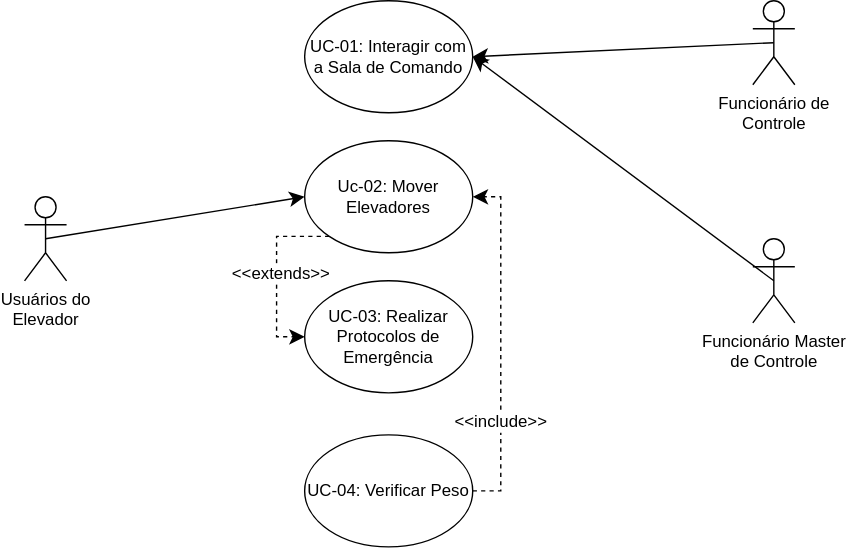
wholocked1/Projeto-2-modelagem keeps this draw.io diagram as Caso-de-uso/diagrama-caso-uso.svg. Above is the earlier version. Source tidied: cells renumbered, new cells last; positions are measured from the earlier drawing's top-left corner, leaving out a move shared by most shapes.
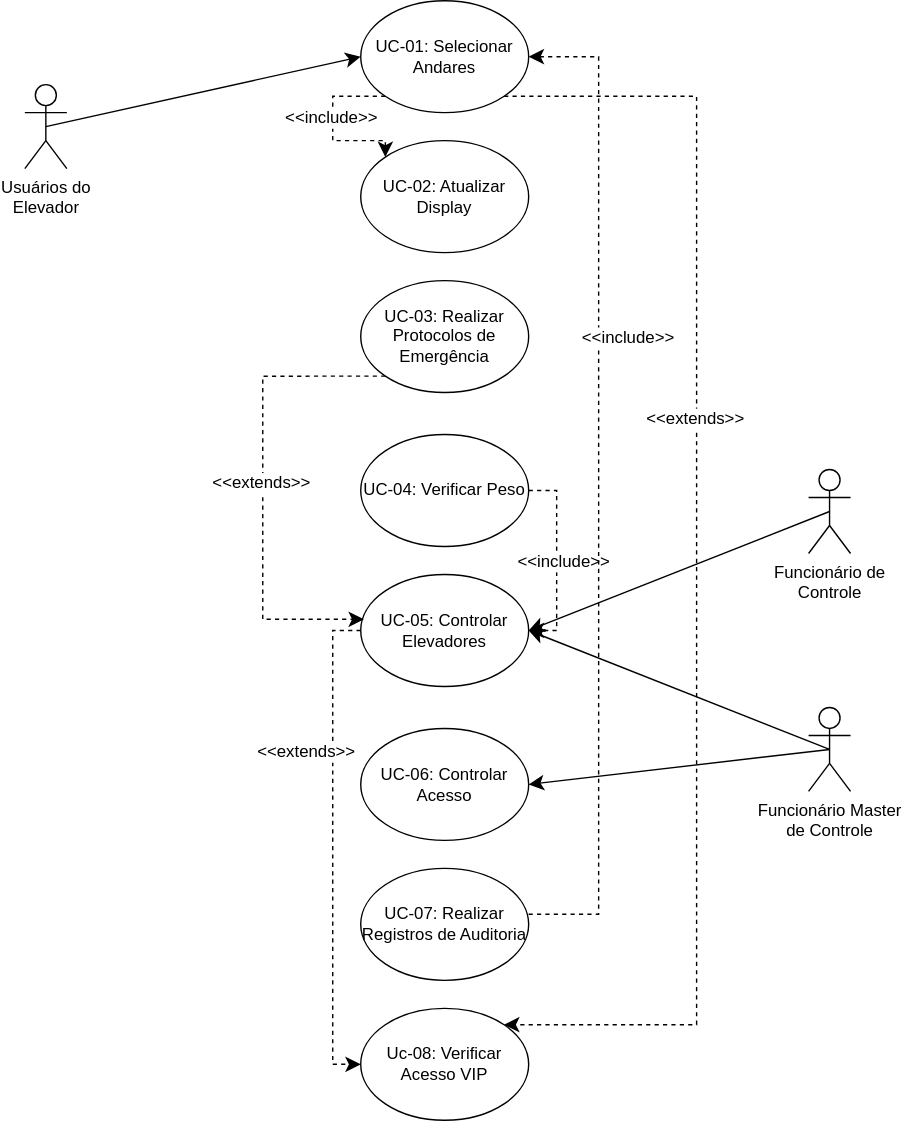
The same diagram one commit later.

What changed in the source:
```diff
@@ -2,54 +2,113 @@
   <root>
     <mxCell id="0" />
     <mxCell id="1" parent="0" />
-    <mxCell id="2" style="edgeStyle=none;curved=1;rounded=0;jettySize=auto;html=1;exitX=0.5;exitY=0.5;exitDx=0;exitDy=0;exitPerimeter=0;entryX=0;entryY=0.5;entryDx=0;entryDy=0;fontSize=12;startSize=8;endSize=8;" parent="1" edge="1" source="3" target="10">
-      <mxGeometry relative="1" as="geometry" />
-    </mxCell>
+    <mxCell id="16" style="edgeStyle=none;curved=1;rounded=0;jettySize=auto;html=1;exitX=0.5;exitY=0.5;exitDx=0;exitDy=0;exitPerimeter=0;entryX=0;entryY=0.5;entryDx=0;entryDy=0;fontSize=12;startSize=8;endSize=8;" parent="1" edge="1" source="3" target="7">
+      <mxGeometry relative="1" as="geometry" />
+    </mxCell>
     <mxCell id="3" value="Usuários do&lt;div&gt;Elevador&lt;/div&gt;" style="shape=umlActor;verticalLabelPosition=bottom;verticalAlign=top;html=1;outlineConnect=0;" parent="1" vertex="1">
-      <mxGeometry y="140" width="30" height="60" as="geometry" />
+      <mxGeometry x="-40" y="60" width="30" height="60" as="geometry" />
     </mxCell>
-    <mxCell id="4" style="edgeStyle=none;curved=1;rounded=0;jettySize=auto;html=1;exitX=0.5;exitY=0.5;exitDx=0;exitDy=0;exitPerimeter=0;entryX=1;entryY=0.5;entryDx=0;entryDy=0;fontSize=12;startSize=8;endSize=8;" parent="1" edge="1" source="5" target="7">
-      <mxGeometry relative="1" as="geometry" />
-    </mxCell>
+    <mxCell id="17" style="edgeStyle=none;curved=1;rounded=0;jettySize=auto;html=1;exitX=0.5;exitY=0.5;exitDx=0;exitDy=0;exitPerimeter=0;entryX=1;entryY=0.5;entryDx=0;entryDy=0;fontSize=12;startSize=8;endSize=8;" parent="1" edge="1" source="5" target="26">
+      <mxGeometry relative="1" as="geometry" />
+    </mxCell>
     <mxCell id="5" value="Funcionário de&lt;div&gt;Controle&lt;/div&gt;" style="shape=umlActor;verticalLabelPosition=bottom;verticalAlign=top;html=1;outlineConnect=0;" parent="1" vertex="1">
-      <mxGeometry x="520" width="30" height="60" as="geometry" />
+      <mxGeometry x="520" y="335" width="30" height="60" as="geometry" />
     </mxCell>
+    <mxCell id="18" style="edgeStyle=none;curved=1;rounded=0;jettySize=auto;html=1;exitX=0.5;exitY=0.5;exitDx=0;exitDy=0;exitPerimeter=0;entryX=1;entryY=0.5;entryDx=0;entryDy=0;fontSize=12;startSize=8;endSize=8;" parent="1" edge="1" source="6" target="27">
+      <mxGeometry relative="1" as="geometry" />
+    </mxCell>
+    <mxCell id="19" style="edgeStyle=none;curved=1;rounded=0;jettySize=auto;html=1;exitX=0.5;exitY=0.5;exitDx=0;exitDy=0;exitPerimeter=0;entryX=1;entryY=0.5;entryDx=0;entryDy=0;fontSize=12;startSize=8;endSize=8;" parent="1" edge="1" source="6" target="26">
+      <mxGeometry relative="1" as="geometry" />
+    </mxCell>
     <mxCell id="6" value="Funcionário Master&lt;div&gt;de Controle&lt;/div&gt;" style="shape=umlActor;verticalLabelPosition=bottom;verticalAlign=top;html=1;outlineConnect=0;" parent="1" vertex="1">
-      <mxGeometry x="520" y="170" width="30" height="60" as="geometry" />
+      <mxGeometry x="520" y="505" width="30" height="60" as="geometry" />
     </mxCell>
+    <mxCell id="20" style="edgeStyle=orthogonalEdgeStyle;rounded=0;jettySize=auto;html=1;exitX=0;exitY=1;exitDx=0;exitDy=0;entryX=0;entryY=0;entryDx=0;entryDy=0;fontSize=12;startSize=8;endSize=8;dashed=1;" parent="1" edge="1" source="7" target="10">
+      <mxGeometry relative="1" as="geometry">
+        <Array as="points">
+          <mxPoint x="180" y="68" />
+          <mxPoint x="180" y="100" />
+          <mxPoint x="218" y="100" />
+        </Array>
+      </mxGeometry>
+    </mxCell>
+    <mxCell id="21" value="&amp;lt;&amp;lt;include&amp;gt;&amp;gt;" style="edgeLabel;html=1;align=center;verticalAlign=middle;fontSize=12;" parent="20" vertex="1">
+      <mxGeometry x="-0.11" y="-2" relative="1" as="geometry" />
+    </mxCell>
+    <mxCell id="22" style="edgeStyle=orthogonalEdgeStyle;rounded=0;jettySize=auto;html=1;exitX=1;exitY=1;exitDx=0;exitDy=0;entryX=1;entryY=0;entryDx=0;entryDy=0;fontSize=12;startSize=8;endSize=8;dashed=1;" parent="1" edge="1" source="7" target="29">
+      <mxGeometry relative="1" as="geometry">
+        <Array as="points">
+          <mxPoint x="440" y="69" />
+          <mxPoint x="440" y="732" />
+        </Array>
+      </mxGeometry>
+    </mxCell>
+    <mxCell id="23" value="&amp;lt;&amp;lt;extends&amp;gt;&amp;gt;" style="edgeLabel;html=1;align=center;verticalAlign=middle;fontSize=12;" parent="22" vertex="1">
+      <mxGeometry x="-0.22" y="-2" relative="1" as="geometry" />
+    </mxCell>
-    <mxCell id="7" value="UC-01: Interagir com a Sala de Comando" style="ellipse;whiteSpace=wrap;html=1;" parent="1" vertex="1">
+    <mxCell id="7" value="UC-01: Selecionar Andares" style="ellipse;whiteSpace=wrap;html=1;" parent="1" vertex="1">
       <mxGeometry x="200" width="120" height="80" as="geometry" />
     </mxCell>
-    <mxCell id="8" style="edgeStyle=orthogonalEdgeStyle;rounded=0;jettySize=auto;html=1;exitX=0;exitY=1;exitDx=0;exitDy=0;entryX=0;entryY=0.5;entryDx=0;entryDy=0;fontSize=12;startSize=8;endSize=8;dashed=1;" parent="1" edge="1" source="10" target="11">
-      <mxGeometry relative="1" as="geometry">
-        <Array as="points">
-          <mxPoint x="180" y="168" />
-          <mxPoint x="180" y="240" />
-        </Array>
-      </mxGeometry>
-    </mxCell>
-    <mxCell id="9" value="&amp;lt;&amp;lt;extends&amp;gt;&amp;gt;" style="edgeLabel;html=1;align=center;verticalAlign=middle;fontSize=12;" parent="8" vertex="1">
-      <mxGeometry x="-0.02" y="3" relative="1" as="geometry" />
-    </mxCell>
-    <mxCell id="10" value="Uc-02: Mover Elevadores" style="ellipse;whiteSpace=wrap;html=1;" parent="1" vertex="1">
+    <mxCell id="10" value="UC-02: Atualizar Display" style="ellipse;whiteSpace=wrap;html=1;" parent="1" vertex="1">
       <mxGeometry x="200" y="100" width="120" height="80" as="geometry" />
     </mxCell>
     <mxCell id="11" value="UC-03: Realizar Protocolos de Emergência" style="ellipse;whiteSpace=wrap;html=1;" parent="1" vertex="1">
       <mxGeometry x="200" y="200" width="120" height="80" as="geometry" />
     </mxCell>
-    <mxCell id="12" style="edgeStyle=orthogonalEdgeStyle;rounded=0;jettySize=auto;html=1;exitX=1;exitY=0.5;exitDx=0;exitDy=0;entryX=1;entryY=0.5;entryDx=0;entryDy=0;fontSize=12;startSize=8;endSize=8;dashed=1;" parent="1" edge="1" source="14" target="10">
+    <mxCell id="12" style="edgeStyle=orthogonalEdgeStyle;rounded=0;jettySize=auto;html=1;exitX=1;exitY=0.5;exitDx=0;exitDy=0;entryX=1;entryY=0.5;entryDx=0;entryDy=0;fontSize=12;startSize=8;endSize=8;dashed=1;" parent="1" edge="1" source="14" target="26">
       <mxGeometry relative="1" as="geometry" />
     </mxCell>
     <mxCell id="13" value="&amp;lt;&amp;lt;include&amp;gt;&amp;gt;" style="edgeLabel;html=1;align=center;verticalAlign=middle;fontSize=12;" parent="12" vertex="1">
       <mxGeometry x="0.13" y="2" relative="1" as="geometry">
-        <mxPoint x="2" y="71" as="offset" />
+        <mxPoint x="2" y="-9" as="offset" />
       </mxGeometry>
     </mxCell>
     <mxCell id="14" value="UC-04: Verificar Peso" style="ellipse;whiteSpace=wrap;html=1;" parent="1" vertex="1">
       <mxGeometry x="200" y="310" width="120" height="80" as="geometry" />
     </mxCell>
-    <mxCell id="15" style="edgeStyle=none;curved=1;rounded=0;jettySize=auto;html=1;exitX=0.5;exitY=0.5;exitDx=0;exitDy=0;exitPerimeter=0;entryX=1;entryY=0.5;entryDx=0;entryDy=0;fontSize=12;startSize=8;endSize=8;" parent="1" edge="1" source="6" target="7">
-      <mxGeometry relative="1" as="geometry" />
-    </mxCell>
+    <mxCell id="24" style="edgeStyle=orthogonalEdgeStyle;rounded=0;jettySize=auto;html=1;exitX=0;exitY=0.5;exitDx=0;exitDy=0;entryX=0;entryY=0.5;entryDx=0;entryDy=0;fontSize=12;startSize=8;endSize=8;dashed=1;" parent="1" edge="1" source="26" target="29">
+      <mxGeometry relative="1" as="geometry" />
+    </mxCell>
+    <mxCell id="25" value="&amp;lt;&amp;lt;extends&amp;gt;&amp;gt;" style="edgeLabel;html=1;align=center;verticalAlign=middle;fontSize=12;" parent="24" vertex="1">
+      <mxGeometry x="-0.4" y="-4" relative="1" as="geometry">
+        <mxPoint x="-16" y="1" as="offset" />
+      </mxGeometry>
+    </mxCell>
+    <mxCell id="26" value="UC-05: Controlar Elevadores" style="ellipse;whiteSpace=wrap;html=1;" parent="1" vertex="1">
+      <mxGeometry x="200" y="410" width="120" height="80" as="geometry" />
+    </mxCell>
+    <mxCell id="27" value="UC-06: Controlar Acesso" style="ellipse;whiteSpace=wrap;html=1;" parent="1" vertex="1">
+      <mxGeometry x="200" y="520" width="120" height="80" as="geometry" />
+    </mxCell>
+    <mxCell id="28" value="UC-07: Realizar Registros de Auditoria" style="ellipse;whiteSpace=wrap;html=1;" parent="1" vertex="1">
+      <mxGeometry x="200" y="620" width="120" height="80" as="geometry" />
+    </mxCell>
+    <mxCell id="29" value="Uc-08: Verificar Acesso VIP" style="ellipse;whiteSpace=wrap;html=1;" parent="1" vertex="1">
+      <mxGeometry x="200" y="720" width="120" height="80" as="geometry" />
+    </mxCell>
+    <mxCell id="30" style="edgeStyle=orthogonalEdgeStyle;rounded=0;jettySize=auto;html=1;exitX=0;exitY=1;exitDx=0;exitDy=0;entryX=0.019;entryY=0.4;entryDx=0;entryDy=0;entryPerimeter=0;fontSize=12;startSize=8;endSize=8;dashed=1;" parent="1" edge="1" source="11" target="26">
+      <mxGeometry relative="1" as="geometry">
+        <Array as="points">
+          <mxPoint x="130" y="268" />
+          <mxPoint x="130" y="442" />
+        </Array>
+      </mxGeometry>
+    </mxCell>
+    <mxCell id="31" value="&amp;lt;&amp;lt;extends&amp;gt;&amp;gt;" style="edgeLabel;html=1;align=center;verticalAlign=middle;fontSize=12;" parent="30" vertex="1">
+      <mxGeometry x="-0.02" y="-2" relative="1" as="geometry" />
+    </mxCell>
+    <mxCell id="32" style="edgeStyle=orthogonalEdgeStyle;rounded=0;jettySize=auto;html=1;exitX=1;exitY=0.5;exitDx=0;exitDy=0;entryX=0.997;entryY=0.41;entryDx=0;entryDy=0;entryPerimeter=0;fontSize=12;startSize=8;endSize=8;dashed=1;endArrow=none;endFill=0;startArrow=classic;startFill=1;" parent="1" edge="1" source="7" target="28">
+      <mxGeometry relative="1" as="geometry">
+        <Array as="points">
+          <mxPoint x="370" y="40" />
+          <mxPoint x="370" y="653" />
+        </Array>
+      </mxGeometry>
+    </mxCell>
+    <mxCell id="33" value="&amp;lt;&amp;lt;include&amp;gt;&amp;gt;" style="edgeLabel;html=1;align=center;verticalAlign=middle;fontSize=12;" parent="32" vertex="1">
+      <mxGeometry x="-0.26" y="-2" relative="1" as="geometry">
+        <mxPoint x="22" y="-15" as="offset" />
+      </mxGeometry>
+    </mxCell>
   </root>
 </mxGraphModel>
```
